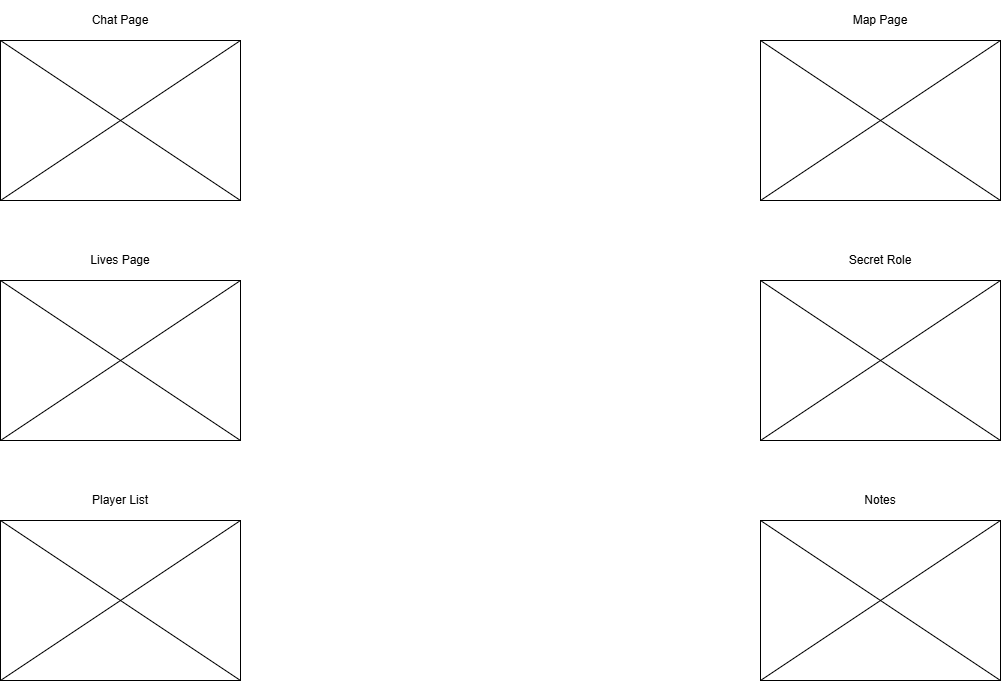
Above: wireframe.drawio.png in kaireinhold/iris-comms_for_dnd (draw.io), before the change. Source tidied: cells renumbered, new cells last; positions are measured from the earlier drawing's top-left corner, leaving out a move shared by most shapes. The source it was exported from:
```xml
<mxGraphModel background="#ffffff">
  <root>
    <mxCell id="0" />
    <mxCell id="1" parent="0" />
    <mxCell id="2" style="rounded=0;whiteSpace=wrap;html=1;" parent="1" vertex="1">
      <mxGeometry y="40" width="240" height="160" as="geometry" />
    </mxCell>
    <mxCell id="3" value="Chat Page" style="text;html=1;align=center;verticalAlign=middle;whiteSpace=wrap;rounded=0;" parent="1" vertex="1">
      <mxGeometry x="80" width="80" height="40" as="geometry" />
    </mxCell>
    <mxCell id="4" style="endArrow=none;html=1;rounded=0;exitX=0;exitY=1;exitDx=0;exitDy=0;entryX=1;entryY=0;entryDx=0;entryDy=0;" parent="1" edge="1" source="2" target="2">
      <mxGeometry relative="1" as="geometry" />
    </mxCell>
    <mxCell id="5" style="endArrow=none;html=1;rounded=0;entryX=1;entryY=1;entryDx=0;entryDy=0;exitX=0;exitY=0;exitDx=0;exitDy=0;" parent="1" edge="1" source="2" target="2">
      <mxGeometry relative="1" as="geometry" />
    </mxCell>
    <mxCell id="6" style="rounded=0;whiteSpace=wrap;html=1;" parent="1" vertex="1">
      <mxGeometry y="280" width="240" height="160" as="geometry" />
    </mxCell>
    <mxCell id="7" style="endArrow=none;html=1;rounded=0;exitX=0;exitY=1;exitDx=0;exitDy=0;entryX=1;entryY=0;entryDx=0;entryDy=0;" parent="1" edge="1" source="6" target="6">
      <mxGeometry relative="1" as="geometry" />
    </mxCell>
    <mxCell id="8" style="endArrow=none;html=1;rounded=0;entryX=1;entryY=1;entryDx=0;entryDy=0;exitX=0;exitY=0;exitDx=0;exitDy=0;" parent="1" edge="1" source="6" target="6">
      <mxGeometry relative="1" as="geometry" />
    </mxCell>
    <mxCell id="9" value="Lives Page" style="text;html=1;align=center;verticalAlign=middle;whiteSpace=wrap;rounded=0;" parent="1" vertex="1">
      <mxGeometry x="80" y="240" width="80" height="40" as="geometry" />
    </mxCell>
    <mxCell id="10" style="rounded=0;whiteSpace=wrap;html=1;" parent="1" vertex="1">
      <mxGeometry y="520" width="240" height="160" as="geometry" />
    </mxCell>
    <mxCell id="11" style="endArrow=none;html=1;rounded=0;exitX=0;exitY=1;exitDx=0;exitDy=0;entryX=1;entryY=0;entryDx=0;entryDy=0;" parent="1" edge="1" source="10" target="10">
      <mxGeometry relative="1" as="geometry" />
    </mxCell>
    <mxCell id="12" style="endArrow=none;html=1;rounded=0;entryX=1;entryY=1;entryDx=0;entryDy=0;exitX=0;exitY=0;exitDx=0;exitDy=0;" parent="1" edge="1" source="10" target="10">
      <mxGeometry relative="1" as="geometry" />
    </mxCell>
    <mxCell id="13" value="Player List" style="text;html=1;align=center;verticalAlign=middle;whiteSpace=wrap;rounded=0;" parent="1" vertex="1">
      <mxGeometry x="80" y="480" width="80" height="40" as="geometry" />
    </mxCell>
    <mxCell id="14" style="rounded=0;whiteSpace=wrap;html=1;" parent="1" vertex="1">
      <mxGeometry x="760" y="40" width="240" height="160" as="geometry" />
    </mxCell>
    <mxCell id="15" style="rounded=0;whiteSpace=wrap;html=1;" parent="1" vertex="1">
      <mxGeometry x="760" y="280" width="240" height="160" as="geometry" />
    </mxCell>
    <mxCell id="16" style="rounded=0;whiteSpace=wrap;html=1;" parent="1" vertex="1">
      <mxGeometry x="760" y="520" width="240" height="160" as="geometry" />
    </mxCell>
    <mxCell id="17" style="endArrow=none;html=1;rounded=0;exitX=0;exitY=1;exitDx=0;exitDy=0;entryX=1;entryY=0;entryDx=0;entryDy=0;" parent="1" edge="1" source="16" target="16">
      <mxGeometry relative="1" as="geometry" />
    </mxCell>
    <mxCell id="18" style="endArrow=none;html=1;rounded=0;entryX=1;entryY=1;entryDx=0;entryDy=0;exitX=0;exitY=0;exitDx=0;exitDy=0;" parent="1" edge="1" source="14" target="14">
      <mxGeometry relative="1" as="geometry" />
    </mxCell>
    <mxCell id="19" style="endArrow=none;html=1;rounded=0;exitX=0;exitY=1;exitDx=0;exitDy=0;entryX=1;entryY=0;entryDx=0;entryDy=0;" parent="1" edge="1" source="14" target="14">
      <mxGeometry relative="1" as="geometry" />
    </mxCell>
    <mxCell id="20" style="endArrow=none;html=1;rounded=0;entryX=1;entryY=1;entryDx=0;entryDy=0;exitX=0;exitY=0;exitDx=0;exitDy=0;" parent="1" edge="1" source="15" target="15">
      <mxGeometry relative="1" as="geometry" />
    </mxCell>
    <mxCell id="21" style="endArrow=none;html=1;rounded=0;exitX=0;exitY=1;exitDx=0;exitDy=0;entryX=1;entryY=0;entryDx=0;entryDy=0;" parent="1" edge="1" source="15" target="15">
      <mxGeometry relative="1" as="geometry" />
    </mxCell>
    <mxCell id="22" style="endArrow=none;html=1;rounded=0;entryX=1;entryY=1;entryDx=0;entryDy=0;exitX=0;exitY=0;exitDx=0;exitDy=0;" parent="1" edge="1" source="16" target="16">
      <mxGeometry relative="1" as="geometry" />
    </mxCell>
    <mxCell id="23" value="Map Page" style="text;html=1;align=center;verticalAlign=middle;whiteSpace=wrap;rounded=0;" parent="1" vertex="1">
      <mxGeometry x="840" width="80" height="40" as="geometry" />
    </mxCell>
    <mxCell id="24" value="Secret Role" style="text;html=1;align=center;verticalAlign=middle;whiteSpace=wrap;rounded=0;" parent="1" vertex="1">
      <mxGeometry x="840" y="240" width="80" height="40" as="geometry" />
    </mxCell>
    <mxCell id="25" value="Notes" style="text;html=1;align=center;verticalAlign=middle;whiteSpace=wrap;rounded=0;" parent="1" vertex="1">
      <mxGeometry x="840" y="480" width="80" height="40" as="geometry" />
    </mxCell>
  </root>
</mxGraphModel>
```
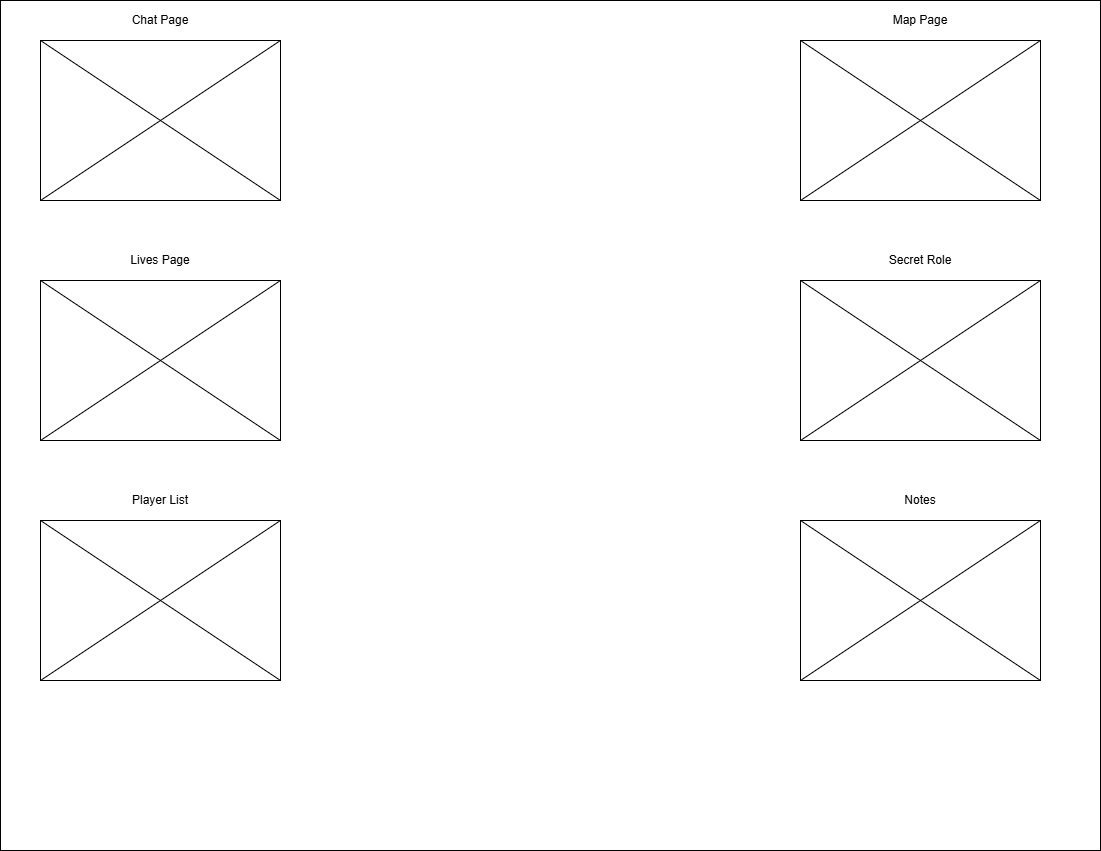
After the commit.

What changed in the source:
```diff
@@ -74,5 +74,8 @@
     <mxCell id="25" value="Notes" style="text;html=1;align=center;verticalAlign=middle;whiteSpace=wrap;rounded=0;" parent="1" vertex="1">
       <mxGeometry x="840" y="480" width="80" height="40" as="geometry" />
     </mxCell>
+    <mxCell id="26" style="rounded=0;whiteSpace=wrap;html=1;fillColor=none;" parent="1" vertex="1">
+      <mxGeometry x="-40" width="1100" height="850" as="geometry" />
+    </mxCell>
   </root>
 </mxGraphModel>
```
